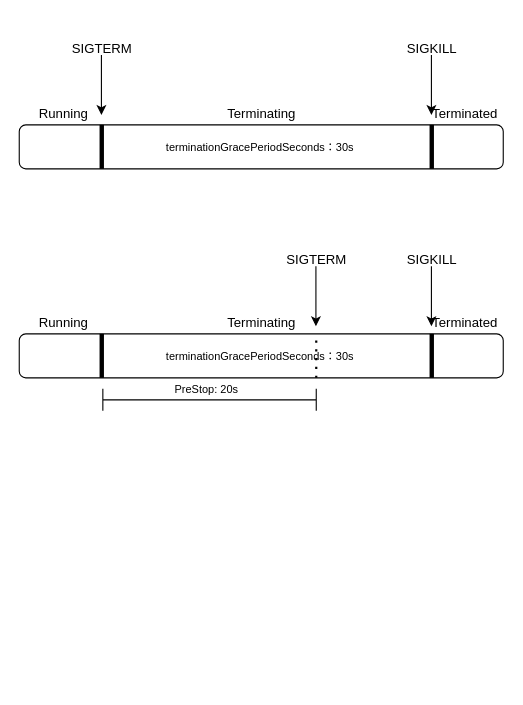
Above: pod_graceful_shutdown.drawio in yubowen0525/ImageStorage (draw.io), before the change. Source tidied: cells renumbered, new cells numbered last; positions are measured from the earlier drawing's top-left corner, leaving out a move shared by most shapes. Both pictures are drawn from the tidied source at 110%, with x=0, y=0 at pixel (19, 37).
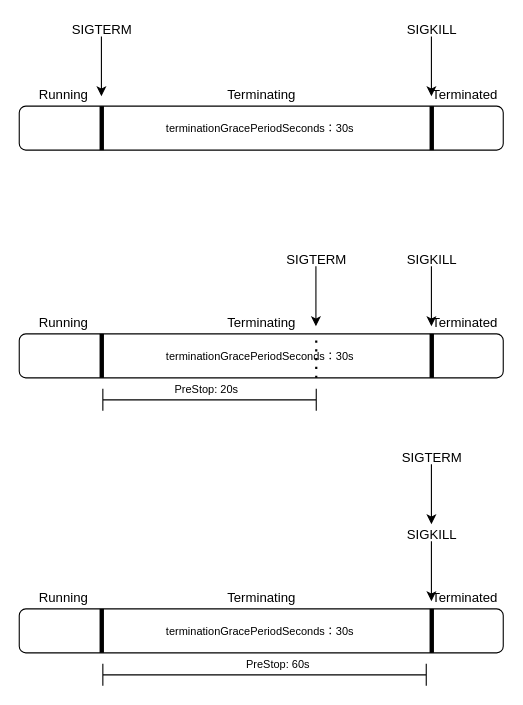
The same diagram, later.

The edit, as a diff of the source:
```diff
@@
     <mxCell id="2" style="rounded=1;whiteSpace=wrap;html=1;" parent="1" vertex="1">
-      <mxGeometry y="79" width="440" height="40" as="geometry" />
+      <mxGeometry y="62" width="440" height="40" as="geometry" />
     </mxCell>
     <mxCell id="3" style="line;strokeWidth=4;direction=south;html=1;perimeter=backbonePerimeter;" parent="1" vertex="1">
-      <mxGeometry x="70" y="79" width="10" height="40" as="geometry" />
+      <mxGeometry x="70" y="62" width="10" height="40" as="geometry" />
     </mxCell>
     <mxCell id="4" value="Running" style="text;html=1;align=center;verticalAlign=middle;strokeColor=none;fillColor=none;" parent="1" vertex="1">
-      <mxGeometry x="10" y="59" width="60" height="20" as="geometry" />
+      <mxGeometry x="10" y="42" width="60" height="20" as="geometry" />
     </mxCell>
     <mxCell id="5" value="Terminating" style="text;html=1;align=center;verticalAlign=middle;strokeColor=none;fillColor=none;" parent="1" vertex="1">
-      <mxGeometry x="180" y="59" width="80" height="20" as="geometry" />
+      <mxGeometry x="180" y="42" width="80" height="20" as="geometry" />
     </mxCell>
     <mxCell id="6" style="line;strokeWidth=4;direction=south;html=1;perimeter=backbonePerimeter;" parent="1" vertex="1">
-      <mxGeometry x="370" y="79" width="10" height="40" as="geometry" />
+      <mxGeometry x="370" y="62" width="10" height="40" as="geometry" />
     </mxCell>
     <mxCell id="7" value="Terminated" style="text;html=1;align=center;verticalAlign=middle;strokeColor=none;fillColor=none;" parent="1" vertex="1">
-      <mxGeometry x="370" y="59" width="70" height="20" as="geometry" />
+      <mxGeometry x="370" y="42" width="70" height="20" as="geometry" />
     </mxCell>
     <mxCell id="8" style="group;" parent="1" vertex="1">
-      <mxGeometry x="40" width="70" height="70" as="geometry" />
+      <mxGeometry x="40" y="-17" width="70" height="70" as="geometry" />
     </mxCell>
@@
     <mxCell id="11" style="group;" parent="1" vertex="1">
-      <mxGeometry x="340" width="70" height="70" as="geometry" />
+      <mxGeometry x="340" y="-17" width="70" height="70" as="geometry" />
     </mxCell>
@@
     <mxCell id="14" value="&lt;font style=&quot;font-size: 10px&quot;&gt;terminationGracePeriodSeconds：30s&amp;nbsp;&lt;/font&gt;" style="text;html=1;align=center;verticalAlign=middle;strokeColor=none;fillColor=none;fontSize=10;" parent="1" vertex="1">
-      <mxGeometry x="110" y="89" width="220" height="20" as="geometry" />
+      <mxGeometry x="110" y="72" width="220" height="20" as="geometry" />
     </mxCell>
@@
+    <mxCell id="31" style="rounded=1;whiteSpace=wrap;html=1;" parent="1" vertex="1">
+      <mxGeometry y="519" width="440" height="40" as="geometry" />
+    </mxCell>
+    <mxCell id="32" style="line;strokeWidth=4;direction=south;html=1;perimeter=backbonePerimeter;" parent="1" vertex="1">
+      <mxGeometry x="70" y="519" width="10" height="40" as="geometry" />
+    </mxCell>
+    <mxCell id="33" value="Running" style="text;html=1;align=center;verticalAlign=middle;strokeColor=none;fillColor=none;" parent="1" vertex="1">
+      <mxGeometry x="10" y="499" width="60" height="20" as="geometry" />
+    </mxCell>
+    <mxCell id="34" value="Terminating" style="text;html=1;align=center;verticalAlign=middle;strokeColor=none;fillColor=none;" parent="1" vertex="1">
+      <mxGeometry x="180" y="499" width="80" height="20" as="geometry" />
+    </mxCell>
+    <mxCell id="35" style="line;strokeWidth=4;direction=south;html=1;perimeter=backbonePerimeter;" parent="1" vertex="1">
+      <mxGeometry x="370" y="519" width="10" height="40" as="geometry" />
+    </mxCell>
+    <mxCell id="36" value="Terminated" style="text;html=1;align=center;verticalAlign=middle;strokeColor=none;fillColor=none;" parent="1" vertex="1">
+      <mxGeometry x="370" y="499" width="70" height="20" as="geometry" />
+    </mxCell>
+    <mxCell id="37" style="group;" parent="1" vertex="1">
+      <mxGeometry x="340" y="372" width="70" height="70" as="geometry" />
+    </mxCell>
+    <mxCell id="38" style="endArrow=classic;html=1;rounded=0;" parent="37" edge="1">
+      <mxGeometry relative="1" as="geometry">
+        <mxPoint x="34.7" y="15.6" as="sourcePoint" />
+        <mxPoint x="34.7" y="70" as="targetPoint" />
+      </mxGeometry>
+    </mxCell>
+    <mxCell id="39" value="SIGTERM" style="text;html=1;align=center;verticalAlign=middle;strokeColor=none;fillColor=none;" parent="37" vertex="1">
+      <mxGeometry width="70" height="20" as="geometry" />
+    </mxCell>
+    <mxCell id="40" style="group;" parent="1" vertex="1">
+      <mxGeometry x="340" y="442" width="70" height="70" as="geometry" />
+    </mxCell>
+    <mxCell id="41" style="endArrow=classic;html=1;rounded=0;" parent="40" edge="1">
+      <mxGeometry relative="1" as="geometry">
+        <mxPoint x="34.7" y="15.6" as="sourcePoint" />
+        <mxPoint x="34.7" y="70" as="targetPoint" />
+      </mxGeometry>
+    </mxCell>
+    <mxCell id="42" value="SIGKILL" style="text;html=1;align=center;verticalAlign=middle;strokeColor=none;fillColor=none;" parent="40" vertex="1">
+      <mxGeometry x="5" width="60" height="20" as="geometry" />
+    </mxCell>
+    <mxCell id="43" value="&lt;font style=&quot;font-size: 10px&quot;&gt;terminationGracePeriodSeconds：30s&amp;nbsp;&lt;/font&gt;" style="text;html=1;align=center;verticalAlign=middle;strokeColor=none;fillColor=none;fontSize=10;" parent="1" vertex="1">
+      <mxGeometry x="110" y="529" width="220" height="20" as="geometry" />
+    </mxCell>
+    <mxCell id="44" style="endArrow=none;dashed=1;html=1;dashPattern=1 3;strokeWidth=2;rounded=0;fontSize=10;" parent="1" edge="1">
+      <mxGeometry relative="1" as="geometry">
+        <mxPoint x="374.7" y="559" as="sourcePoint" />
+        <mxPoint x="374.7" y="519" as="targetPoint" />
+      </mxGeometry>
+    </mxCell>
+    <mxCell id="45" style="shape=crossbar;whiteSpace=wrap;html=1;rounded=1;fontSize=10;" parent="1" vertex="1">
+      <mxGeometry x="76" y="569" width="294" height="20" as="geometry" />
+    </mxCell>
+    <mxCell id="46" value="PreStop: 60s" style="text;html=1;align=center;verticalAlign=middle;strokeColor=none;fillColor=none;fontSize=10;" parent="1" vertex="1">
+      <mxGeometry x="190" y="559" width="90" height="20" as="geometry" />
+    </mxCell>
```
